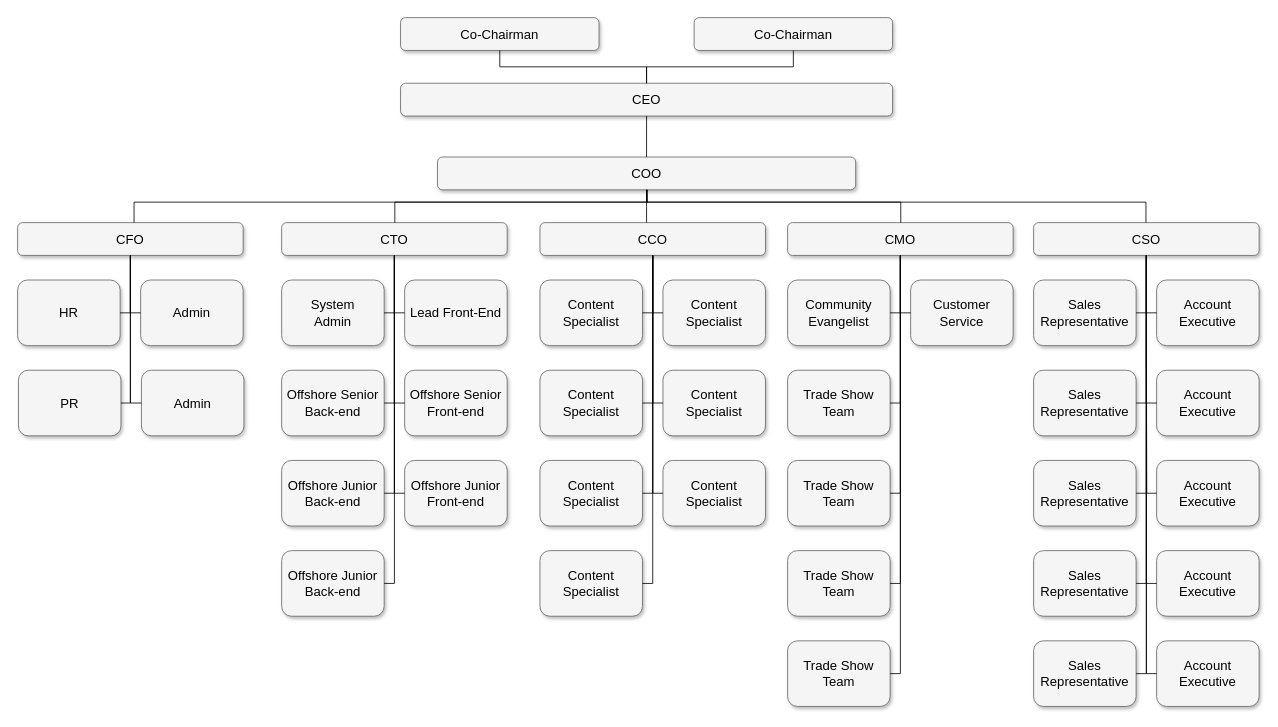
This is web/src/main/Untitled Diagram.drawio from e065279/time-tracker, a draw.io file, before an edit. Source tidied: cells renumbered, new cells numbered last; positions are measured from the earlier drawing's top-left corner, leaving out a move shared by most shapes. Both pictures are drawn from the tidied source at 82%, with x=0, y=0 at pixel (17, 17).
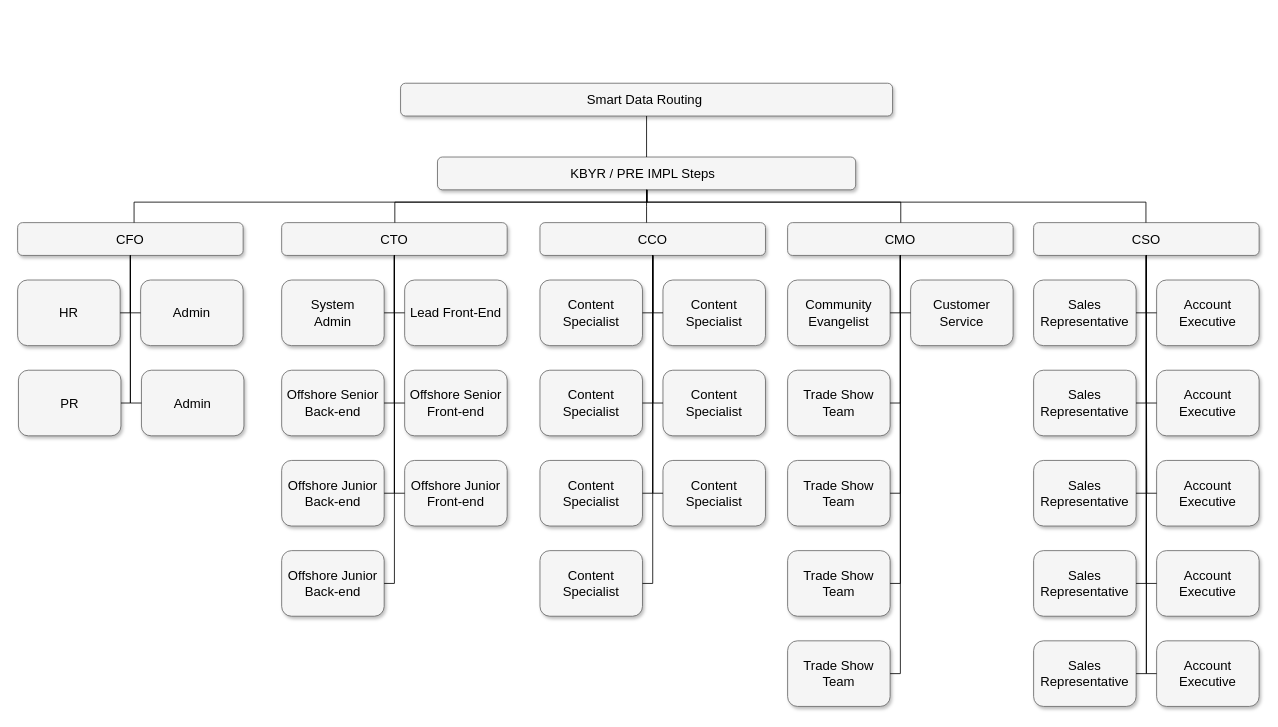
The same page after the edit.

Diff of the diagram source:
```diff
@@
-    <mxCell id="2" value="Co-Chairman" style="whiteSpace=wrap;html=1;rounded=1;shadow=1;strokeWidth=1;fontSize=16;align=center;fillColor=#f5f5f5;strokeColor=#666666;" parent="1" vertex="1">
-      <mxGeometry x="825" width="242" height="40" as="geometry" />
-    </mxCell>
-    <mxCell id="3" value="CEO" style="whiteSpace=wrap;html=1;rounded=1;shadow=1;strokeWidth=1;fontSize=16;align=center;fillColor=#f5f5f5;strokeColor=#666666;" parent="1" vertex="1">
+    <mxCell id="3" value="Smart Data Routing&amp;nbsp;" style="whiteSpace=wrap;html=1;rounded=1;shadow=1;strokeWidth=1;fontSize=16;align=center;fillColor=#f5f5f5;strokeColor=#666666;" parent="1" vertex="1">
       <mxGeometry x="467" y="80" width="600" height="40" as="geometry" />
     </mxCell>
-    <mxCell id="4" value="COO" style="whiteSpace=wrap;html=1;rounded=1;shadow=1;strokeWidth=1;fontSize=16;align=center;fillColor=#f5f5f5;strokeColor=#666666;" parent="1" vertex="1">
+    <mxCell id="4" value="KBYR / PRE IMPL Steps&amp;nbsp;&amp;nbsp;" style="whiteSpace=wrap;html=1;rounded=1;shadow=1;strokeWidth=1;fontSize=16;align=center;fillColor=#f5f5f5;strokeColor=#666666;" parent="1" vertex="1">
       <mxGeometry x="512" y="170" width="510" height="40" as="geometry" />
     </mxCell>
@@
-    <mxCell id="40" value="Co-Chairman" style="whiteSpace=wrap;html=1;rounded=1;shadow=1;strokeWidth=1;fontSize=16;align=center;fillColor=#f5f5f5;strokeColor=#666666;" parent="1" vertex="1">
-      <mxGeometry x="467" width="242" height="40" as="geometry" />
-    </mxCell>
@@
-    <mxCell id="45" style="edgeStyle=orthogonalEdgeStyle;html=1;startSize=6;endFill=0;endSize=6;strokeWidth=1;fontSize=16;rounded=0;endArrow=none;" parent="1" edge="1" source="40" target="3">
-      <mxGeometry relative="1" as="geometry" />
-    </mxCell>
-    <mxCell id="46" style="edgeStyle=orthogonalEdgeStyle;html=1;startSize=6;endFill=0;endSize=6;strokeWidth=1;fontSize=16;rounded=0;endArrow=none;" parent="1" edge="1" source="2" target="3">
-      <mxGeometry relative="1" as="geometry" />
-    </mxCell>
```
